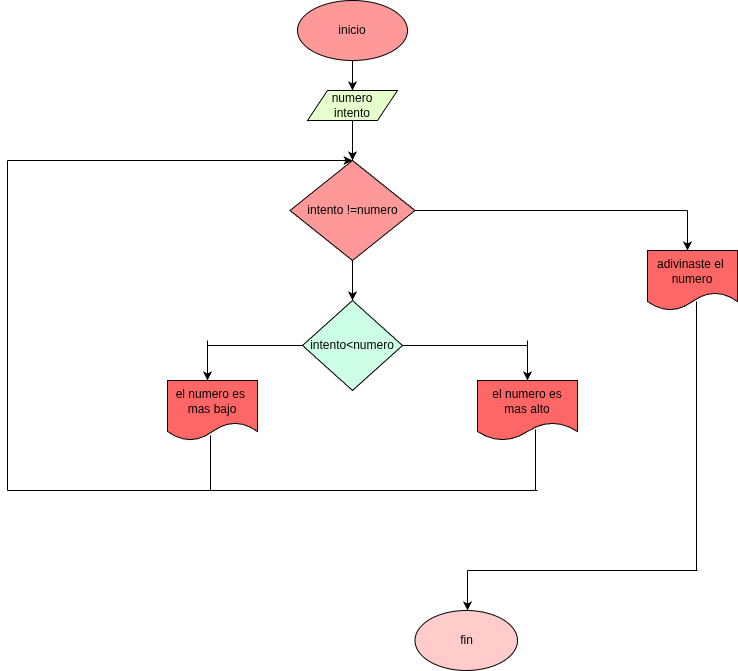
Above: ejercicio 3/diagrama.png in laminions/ejercicio_practica_while (draw.io), before the change. Source tidied: cells renumbered, new cells last; positions are measured from the earlier drawing's top-left corner, leaving out a move shared by most shapes. The source it was exported from:
```xml
<mxGraphModel>
  <root>
    <mxCell id="0" />
    <mxCell id="1" parent="0" />
    <mxCell id="2" value="inicio" style="ellipse;whiteSpace=wrap;html=1;fillColor=#FF9999;" parent="1" vertex="1">
      <mxGeometry x="290" width="110" height="60" as="geometry" />
    </mxCell>
    <mxCell id="3" style="endArrow=classic;html=1;exitX=0.5;exitY=1;exitDx=0;exitDy=0;" parent="1" edge="1" source="2">
      <mxGeometry relative="1" as="geometry">
        <mxPoint x="345" y="90" as="targetPoint" />
      </mxGeometry>
    </mxCell>
    <mxCell id="4" style="endArrow=classic;html=1;exitX=0.5;exitY=1;exitDx=0;exitDy=0;" parent="1" edge="1" source="6">
      <mxGeometry relative="1" as="geometry">
        <mxPoint x="345" y="160" as="targetPoint" />
      </mxGeometry>
    </mxCell>
    <mxCell id="5" value="intento !=numero" style="rhombus;whiteSpace=wrap;html=1;fillColor=#FF9999;" parent="1" vertex="1">
      <mxGeometry x="282.5" y="160" width="125" height="100" as="geometry" />
    </mxCell>
    <mxCell id="6" value="numero&lt;div&gt;intento&lt;/div&gt;" style="shape=parallelogram;perimeter=parallelogramPerimeter;whiteSpace=wrap;html=1;fixedSize=1;fillColor=#E6FFCC;" parent="1" vertex="1">
      <mxGeometry x="300" y="90" width="90" height="30" as="geometry" />
    </mxCell>
    <mxCell id="7" style="endArrow=classic;html=1;exitX=0.5;exitY=1;exitDx=0;exitDy=0;" parent="1" edge="1" source="5">
      <mxGeometry relative="1" as="geometry">
        <mxPoint x="345" y="300" as="targetPoint" />
      </mxGeometry>
    </mxCell>
    <mxCell id="8" value="intento&amp;lt;numero" style="rhombus;whiteSpace=wrap;html=1;fillColor=#CCFFE6;" parent="1" vertex="1">
      <mxGeometry x="295" y="300" width="100" height="90" as="geometry" />
    </mxCell>
    <mxCell id="9" style="endArrow=none;html=1;entryX=0;entryY=0.5;entryDx=0;entryDy=0;" parent="1" edge="1" target="8">
      <mxGeometry relative="1" as="geometry">
        <mxPoint x="200" y="345" as="sourcePoint" />
      </mxGeometry>
    </mxCell>
    <mxCell id="10" style="endArrow=classic;html=1;" parent="1" edge="1">
      <mxGeometry relative="1" as="geometry">
        <mxPoint x="200" y="340" as="sourcePoint" />
        <mxPoint x="200" y="380" as="targetPoint" />
      </mxGeometry>
    </mxCell>
    <mxCell id="11" value="el numero es&amp;nbsp;&lt;div&gt;mas bajo&lt;/div&gt;" style="shape=document;whiteSpace=wrap;html=1;boundedLbl=1;fillColor=#FF6666;" parent="1" vertex="1">
      <mxGeometry x="160" y="380" width="90" height="60" as="geometry" />
    </mxCell>
    <mxCell id="12" style="endArrow=none;html=1;exitX=1;exitY=0.5;exitDx=0;exitDy=0;" parent="1" edge="1" source="8">
      <mxGeometry relative="1" as="geometry">
        <mxPoint x="520" y="345" as="targetPoint" />
      </mxGeometry>
    </mxCell>
    <mxCell id="13" style="endArrow=classic;html=1;" parent="1" edge="1">
      <mxGeometry relative="1" as="geometry">
        <mxPoint x="520" y="340" as="sourcePoint" />
        <mxPoint x="520" y="380" as="targetPoint" />
      </mxGeometry>
    </mxCell>
    <mxCell id="14" value="el numero es&lt;div&gt;mas alto&lt;/div&gt;" style="shape=document;whiteSpace=wrap;html=1;boundedLbl=1;fillColor=#FF6666;" parent="1" vertex="1">
      <mxGeometry x="470" y="380" width="100" height="60" as="geometry" />
    </mxCell>
    <mxCell id="15" style="endArrow=none;html=1;exitX=1;exitY=0.5;exitDx=0;exitDy=0;" parent="1" edge="1" source="5">
      <mxGeometry relative="1" as="geometry">
        <mxPoint x="680" y="210" as="targetPoint" />
      </mxGeometry>
    </mxCell>
    <mxCell id="16" style="endArrow=classic;html=1;" parent="1" edge="1">
      <mxGeometry relative="1" as="geometry">
        <mxPoint x="680" y="210" as="sourcePoint" />
        <mxPoint x="680" y="250" as="targetPoint" />
      </mxGeometry>
    </mxCell>
    <mxCell id="17" value="adivinaste el&amp;nbsp;&lt;div&gt;numero&lt;/div&gt;" style="shape=document;whiteSpace=wrap;html=1;boundedLbl=1;fillColor=#FF6666;" parent="1" vertex="1">
      <mxGeometry x="640" y="250" width="90" height="60" as="geometry" />
    </mxCell>
    <mxCell id="18" style="endArrow=none;html=1;entryX=0.58;entryY=0.817;entryDx=0;entryDy=0;entryPerimeter=0;" parent="1" edge="1" target="14">
      <mxGeometry relative="1" as="geometry">
        <mxPoint x="528" y="490" as="sourcePoint" />
      </mxGeometry>
    </mxCell>
    <mxCell id="19" style="endArrow=none;html=1;entryX=0.478;entryY=0.917;entryDx=0;entryDy=0;entryPerimeter=0;" parent="1" edge="1" target="11">
      <mxGeometry relative="1" as="geometry">
        <mxPoint x="203" y="490" as="sourcePoint" />
      </mxGeometry>
    </mxCell>
    <mxCell id="20" style="endArrow=none;html=1;" parent="1" edge="1">
      <mxGeometry relative="1" as="geometry">
        <mxPoint y="490" as="sourcePoint" />
        <mxPoint x="530" y="490" as="targetPoint" />
      </mxGeometry>
    </mxCell>
    <mxCell id="21" style="endArrow=none;html=1;" parent="1" edge="1">
      <mxGeometry relative="1" as="geometry">
        <mxPoint y="490" as="sourcePoint" />
        <mxPoint y="160" as="targetPoint" />
      </mxGeometry>
    </mxCell>
    <mxCell id="22" style="endArrow=classic;html=1;entryX=0.5;entryY=0;entryDx=0;entryDy=0;" parent="1" edge="1" target="5">
      <mxGeometry relative="1" as="geometry">
        <mxPoint y="160" as="sourcePoint" />
      </mxGeometry>
    </mxCell>
    <mxCell id="23" style="endArrow=none;html=1;entryX=0.544;entryY=0.85;entryDx=0;entryDy=0;entryPerimeter=0;" parent="1" edge="1" target="17">
      <mxGeometry relative="1" as="geometry">
        <mxPoint x="689" y="570" as="sourcePoint" />
      </mxGeometry>
    </mxCell>
    <mxCell id="24" style="endArrow=none;html=1;" parent="1" edge="1">
      <mxGeometry relative="1" as="geometry">
        <mxPoint x="460" y="570" as="sourcePoint" />
        <mxPoint x="690" y="570" as="targetPoint" />
      </mxGeometry>
    </mxCell>
    <mxCell id="25" style="endArrow=classic;html=1;" parent="1" edge="1">
      <mxGeometry relative="1" as="geometry">
        <mxPoint x="460" y="570" as="sourcePoint" />
        <mxPoint x="460" y="610" as="targetPoint" />
      </mxGeometry>
    </mxCell>
    <mxCell id="26" value="fin" style="ellipse;whiteSpace=wrap;html=1;fillColor=#FFCCCC;" parent="1" vertex="1">
      <mxGeometry x="407.5" y="610" width="102.5" height="60" as="geometry" />
    </mxCell>
  </root>
</mxGraphModel>
```
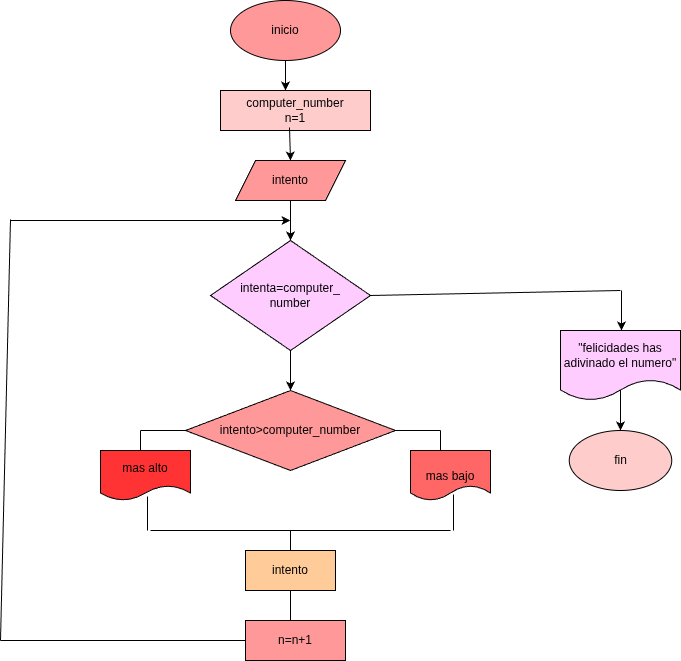
The same file after the commit.

Diff of the diagram source:
```diff
@@ -10,113 +10,132 @@
         <mxPoint x="345" y="90" as="targetPoint" />
       </mxGeometry>
     </mxCell>
-    <mxCell id="4" style="endArrow=classic;html=1;exitX=0.5;exitY=1;exitDx=0;exitDy=0;" parent="1" edge="1" source="6">
-      <mxGeometry relative="1" as="geometry">
-        <mxPoint x="345" y="160" as="targetPoint" />
-      </mxGeometry>
-    </mxCell>
-    <mxCell id="5" value="intento !=numero" style="rhombus;whiteSpace=wrap;html=1;fillColor=#FF9999;" parent="1" vertex="1">
-      <mxGeometry x="282.5" y="160" width="125" height="100" as="geometry" />
-    </mxCell>
-    <mxCell id="6" value="numero&lt;div&gt;intento&lt;/div&gt;" style="shape=parallelogram;perimeter=parallelogramPerimeter;whiteSpace=wrap;html=1;fixedSize=1;fillColor=#E6FFCC;" parent="1" vertex="1">
-      <mxGeometry x="300" y="90" width="90" height="30" as="geometry" />
-    </mxCell>
-    <mxCell id="7" style="endArrow=classic;html=1;exitX=0.5;exitY=1;exitDx=0;exitDy=0;" parent="1" edge="1" source="5">
-      <mxGeometry relative="1" as="geometry">
-        <mxPoint x="345" y="300" as="targetPoint" />
-      </mxGeometry>
-    </mxCell>
-    <mxCell id="8" value="intento&amp;lt;numero" style="rhombus;whiteSpace=wrap;html=1;fillColor=#CCFFE6;" parent="1" vertex="1">
-      <mxGeometry x="295" y="300" width="100" height="90" as="geometry" />
-    </mxCell>
-    <mxCell id="9" style="endArrow=none;html=1;entryX=0;entryY=0.5;entryDx=0;entryDy=0;" parent="1" edge="1" target="8">
-      <mxGeometry relative="1" as="geometry">
-        <mxPoint x="200" y="345" as="sourcePoint" />
-      </mxGeometry>
-    </mxCell>
-    <mxCell id="10" style="endArrow=classic;html=1;" parent="1" edge="1">
-      <mxGeometry relative="1" as="geometry">
-        <mxPoint x="200" y="340" as="sourcePoint" />
-        <mxPoint x="200" y="380" as="targetPoint" />
-      </mxGeometry>
-    </mxCell>
-    <mxCell id="11" value="el numero es&amp;nbsp;&lt;div&gt;mas bajo&lt;/div&gt;" style="shape=document;whiteSpace=wrap;html=1;boundedLbl=1;fillColor=#FF6666;" parent="1" vertex="1">
-      <mxGeometry x="160" y="380" width="90" height="60" as="geometry" />
+    <mxCell id="11" value="&amp;nbsp; &amp;nbsp;&lt;div&gt;mas bajo&lt;/div&gt;" style="shape=document;whiteSpace=wrap;html=1;boundedLbl=1;fillColor=#FF6666;" parent="1" vertex="1">
+      <mxGeometry x="470" y="450" width="80" height="50" as="geometry" />
     </mxCell>
-    <mxCell id="12" style="endArrow=none;html=1;exitX=1;exitY=0.5;exitDx=0;exitDy=0;" parent="1" edge="1" source="8">
-      <mxGeometry relative="1" as="geometry">
-        <mxPoint x="520" y="345" as="targetPoint" />
-      </mxGeometry>
-    </mxCell>
-    <mxCell id="13" style="endArrow=classic;html=1;" parent="1" edge="1">
-      <mxGeometry relative="1" as="geometry">
-        <mxPoint x="520" y="340" as="sourcePoint" />
-        <mxPoint x="520" y="380" as="targetPoint" />
-      </mxGeometry>
-    </mxCell>
-    <mxCell id="14" value="el numero es&lt;div&gt;mas alto&lt;/div&gt;" style="shape=document;whiteSpace=wrap;html=1;boundedLbl=1;fillColor=#FF6666;" parent="1" vertex="1">
-      <mxGeometry x="470" y="380" width="100" height="60" as="geometry" />
-    </mxCell>
-    <mxCell id="15" style="endArrow=none;html=1;exitX=1;exitY=0.5;exitDx=0;exitDy=0;" parent="1" edge="1" source="5">
+    <mxCell id="15" style="endArrow=none;html=1;exitX=1;exitY=0.5;exitDx=0;exitDy=0;" parent="1" edge="1" source="31">
       <mxGeometry relative="1" as="geometry">
-        <mxPoint x="680" y="210" as="targetPoint" />
+        <mxPoint x="680" y="290" as="targetPoint" />
       </mxGeometry>
     </mxCell>
-    <mxCell id="16" style="endArrow=classic;html=1;" parent="1" edge="1">
-      <mxGeometry relative="1" as="geometry">
-        <mxPoint x="680" y="210" as="sourcePoint" />
-        <mxPoint x="680" y="250" as="targetPoint" />
-      </mxGeometry>
-    </mxCell>
-    <mxCell id="17" value="adivinaste el&amp;nbsp;&lt;div&gt;numero&lt;/div&gt;" style="shape=document;whiteSpace=wrap;html=1;boundedLbl=1;fillColor=#FF6666;" parent="1" vertex="1">
-      <mxGeometry x="640" y="250" width="90" height="60" as="geometry" />
-    </mxCell>
-    <mxCell id="18" style="endArrow=none;html=1;entryX=0.58;entryY=0.817;entryDx=0;entryDy=0;entryPerimeter=0;" parent="1" edge="1" target="14">
-      <mxGeometry relative="1" as="geometry">
-        <mxPoint x="528" y="490" as="sourcePoint" />
-      </mxGeometry>
-    </mxCell>
-    <mxCell id="19" style="endArrow=none;html=1;entryX=0.478;entryY=0.917;entryDx=0;entryDy=0;entryPerimeter=0;" parent="1" edge="1" target="11">
-      <mxGeometry relative="1" as="geometry">
-        <mxPoint x="203" y="490" as="sourcePoint" />
-      </mxGeometry>
-    </mxCell>
-    <mxCell id="20" style="endArrow=none;html=1;" parent="1" edge="1">
-      <mxGeometry relative="1" as="geometry">
-        <mxPoint y="490" as="sourcePoint" />
-        <mxPoint x="530" y="490" as="targetPoint" />
-      </mxGeometry>
-    </mxCell>
-    <mxCell id="21" style="endArrow=none;html=1;" parent="1" edge="1">
-      <mxGeometry relative="1" as="geometry">
-        <mxPoint y="490" as="sourcePoint" />
-        <mxPoint y="160" as="targetPoint" />
-      </mxGeometry>
-    </mxCell>
-    <mxCell id="22" style="endArrow=classic;html=1;entryX=0.5;entryY=0;entryDx=0;entryDy=0;" parent="1" edge="1" target="5">
-      <mxGeometry relative="1" as="geometry">
-        <mxPoint y="160" as="sourcePoint" />
-      </mxGeometry>
-    </mxCell>
-    <mxCell id="23" style="endArrow=none;html=1;entryX=0.544;entryY=0.85;entryDx=0;entryDy=0;entryPerimeter=0;" parent="1" edge="1" target="17">
-      <mxGeometry relative="1" as="geometry">
-        <mxPoint x="689" y="570" as="sourcePoint" />
-      </mxGeometry>
-    </mxCell>
-    <mxCell id="24" style="endArrow=none;html=1;" parent="1" edge="1">
-      <mxGeometry relative="1" as="geometry">
-        <mxPoint x="460" y="570" as="sourcePoint" />
-        <mxPoint x="690" y="570" as="targetPoint" />
-      </mxGeometry>
-    </mxCell>
-    <mxCell id="25" style="endArrow=classic;html=1;" parent="1" edge="1">
-      <mxGeometry relative="1" as="geometry">
-        <mxPoint x="460" y="570" as="sourcePoint" />
-        <mxPoint x="460" y="610" as="targetPoint" />
-      </mxGeometry>
-    </mxCell>
     <mxCell id="26" value="fin" style="ellipse;whiteSpace=wrap;html=1;fillColor=#FFCCCC;" parent="1" vertex="1">
-      <mxGeometry x="407.5" y="610" width="102.5" height="60" as="geometry" />
+      <mxGeometry x="628.8" y="430" width="102.5" height="60" as="geometry" />
     </mxCell>
+    <mxCell id="27" value="computer_number&lt;div&gt;n=1&lt;/div&gt;" style="rounded=0;whiteSpace=wrap;html=1;fillColor=#FFCCCC;" parent="1" vertex="1">
+      <mxGeometry x="280" y="90" width="150" height="40" as="geometry" />
+    </mxCell>
+    <mxCell id="28" style="endArrow=classic;html=1;exitX=0.46;exitY=0.925;exitDx=0;exitDy=0;exitPerimeter=0;" parent="1" edge="1" source="27">
+      <mxGeometry relative="1" as="geometry">
+        <mxPoint x="350" y="160" as="targetPoint" />
+      </mxGeometry>
+    </mxCell>
+    <mxCell id="29" value="intento" style="shape=parallelogram;perimeter=parallelogramPerimeter;whiteSpace=wrap;html=1;fixedSize=1;fillColor=#FF9999;" parent="1" vertex="1">
+      <mxGeometry x="295" y="160" width="110" height="40" as="geometry" />
+    </mxCell>
+    <mxCell id="30" style="endArrow=classic;html=1;exitX=0.5;exitY=1;exitDx=0;exitDy=0;" parent="1" edge="1" source="29">
+      <mxGeometry relative="1" as="geometry">
+        <mxPoint x="350" y="240" as="targetPoint" />
+      </mxGeometry>
+    </mxCell>
+    <mxCell id="31" value="intenta=computer_&lt;div&gt;number&lt;/div&gt;" style="rhombus;whiteSpace=wrap;html=1;fillColor=#FFCCFF;" parent="1" vertex="1">
+      <mxGeometry x="270" y="240" width="160" height="110" as="geometry" />
+    </mxCell>
+    <mxCell id="32" style="endArrow=classic;html=1;exitX=0.5;exitY=1;exitDx=0;exitDy=0;" parent="1" edge="1" source="31">
+      <mxGeometry relative="1" as="geometry">
+        <mxPoint x="350" y="390" as="targetPoint" />
+      </mxGeometry>
+    </mxCell>
+    <mxCell id="33" value="intento&amp;gt;computer_number" style="rhombus;whiteSpace=wrap;html=1;fillColor=#FF9999;" parent="1" vertex="1">
+      <mxGeometry x="245" y="390" width="210" height="80" as="geometry" />
+    </mxCell>
+    <mxCell id="34" style="endArrow=none;html=1;exitX=1;exitY=0.5;exitDx=0;exitDy=0;" parent="1" edge="1" source="33">
+      <mxGeometry relative="1" as="geometry">
+        <mxPoint x="500" y="430" as="targetPoint" />
+      </mxGeometry>
+    </mxCell>
+    <mxCell id="35" style="endArrow=none;html=1;" parent="1" edge="1">
+      <mxGeometry relative="1" as="geometry">
+        <mxPoint x="500" y="450" as="sourcePoint" />
+        <mxPoint x="500" y="430" as="targetPoint" />
+      </mxGeometry>
+    </mxCell>
+    <mxCell id="36" style="endArrow=none;html=1;entryX=0;entryY=0.5;entryDx=0;entryDy=0;" parent="1" edge="1" target="33">
+      <mxGeometry relative="1" as="geometry">
+        <mxPoint x="200" y="430" as="sourcePoint" />
+      </mxGeometry>
+    </mxCell>
+    <mxCell id="37" style="endArrow=none;html=1;" parent="1" edge="1">
+      <mxGeometry relative="1" as="geometry">
+        <mxPoint x="200" y="450" as="sourcePoint" />
+        <mxPoint x="200" y="430" as="targetPoint" />
+      </mxGeometry>
+    </mxCell>
+    <mxCell id="38" value="mas alto" style="shape=document;whiteSpace=wrap;html=1;boundedLbl=1;fillColor=#FF3333;" parent="1" vertex="1">
+      <mxGeometry x="160" y="450" width="90" height="50" as="geometry" />
+    </mxCell>
+    <mxCell id="39" style="endArrow=none;html=1;entryX=0.522;entryY=0.92;entryDx=0;entryDy=0;entryPerimeter=0;" parent="1" edge="1" target="38">
+      <mxGeometry relative="1" as="geometry">
+        <mxPoint x="207" y="530" as="sourcePoint" />
+      </mxGeometry>
+    </mxCell>
+    <mxCell id="40" style="endArrow=none;html=1;entryX=0.538;entryY=0.88;entryDx=0;entryDy=0;entryPerimeter=0;" parent="1" edge="1" target="11">
+      <mxGeometry relative="1" as="geometry">
+        <mxPoint x="513" y="530" as="sourcePoint" />
+      </mxGeometry>
+    </mxCell>
+    <mxCell id="41" style="endArrow=none;html=1;" parent="1" edge="1">
+      <mxGeometry relative="1" as="geometry">
+        <mxPoint x="210" y="530" as="sourcePoint" />
+        <mxPoint x="510" y="530" as="targetPoint" />
+      </mxGeometry>
+    </mxCell>
+    <mxCell id="42" style="endArrow=none;html=1;" parent="1" edge="1">
+      <mxGeometry relative="1" as="geometry">
+        <mxPoint x="350" y="570" as="sourcePoint" />
+        <mxPoint x="350" y="530" as="targetPoint" />
+      </mxGeometry>
+    </mxCell>
+    <mxCell id="43" value="intento" style="rounded=0;whiteSpace=wrap;html=1;fillColor=#FFCC99;" parent="1" vertex="1">
+      <mxGeometry x="305" y="550" width="90" height="40" as="geometry" />
+    </mxCell>
+    <mxCell id="44" style="endArrow=none;html=1;entryX=0.5;entryY=1;entryDx=0;entryDy=0;" parent="1" edge="1" target="43">
+      <mxGeometry relative="1" as="geometry">
+        <mxPoint x="350" y="620" as="sourcePoint" />
+      </mxGeometry>
+    </mxCell>
+    <mxCell id="45" value="n=n+1" style="rounded=0;whiteSpace=wrap;html=1;fillColor=#FF9999;" parent="1" vertex="1">
+      <mxGeometry x="305" y="620" width="100" height="40" as="geometry" />
+    </mxCell>
+    <mxCell id="46" style="endArrow=none;html=1;entryX=0;entryY=0.5;entryDx=0;entryDy=0;" parent="1" edge="1" target="45">
+      <mxGeometry relative="1" as="geometry">
+        <mxPoint x="60" y="640" as="sourcePoint" />
+      </mxGeometry>
+    </mxCell>
+    <mxCell id="47" style="endArrow=none;html=1;" parent="1" edge="1">
+      <mxGeometry relative="1" as="geometry">
+        <mxPoint x="60" y="640" as="sourcePoint" />
+        <mxPoint x="70" y="219" as="targetPoint" />
+      </mxGeometry>
+    </mxCell>
+    <mxCell id="48" style="endArrow=classic;html=1;" parent="1" edge="1">
+      <mxGeometry relative="1" as="geometry">
+        <mxPoint x="70" y="220" as="sourcePoint" />
+        <mxPoint x="350" y="220" as="targetPoint" />
+      </mxGeometry>
+    </mxCell>
+    <mxCell id="49" style="endArrow=classic;html=1;" parent="1" edge="1">
+      <mxGeometry relative="1" as="geometry">
+        <mxPoint x="681" y="290" as="sourcePoint" />
+        <mxPoint x="681" y="330" as="targetPoint" />
+      </mxGeometry>
+    </mxCell>
+    <mxCell id="50" value="&quot;felicidades has adivinado el numero&quot;" style="shape=document;whiteSpace=wrap;html=1;boundedLbl=1;fillColor=#FFCCFF;" parent="1" vertex="1">
+      <mxGeometry x="620" y="330" width="120" height="70" as="geometry" />
+    </mxCell>
+    <mxCell id="51" style="endArrow=classic;html=1;exitX=0.5;exitY=0.843;exitDx=0;exitDy=0;exitPerimeter=0;" parent="1" edge="1" source="50">
+      <mxGeometry relative="1" as="geometry">
+        <mxPoint x="680" y="430" as="targetPoint" />
+      </mxGeometry>
+    </mxCell>
   </root>
 </mxGraphModel>
```
